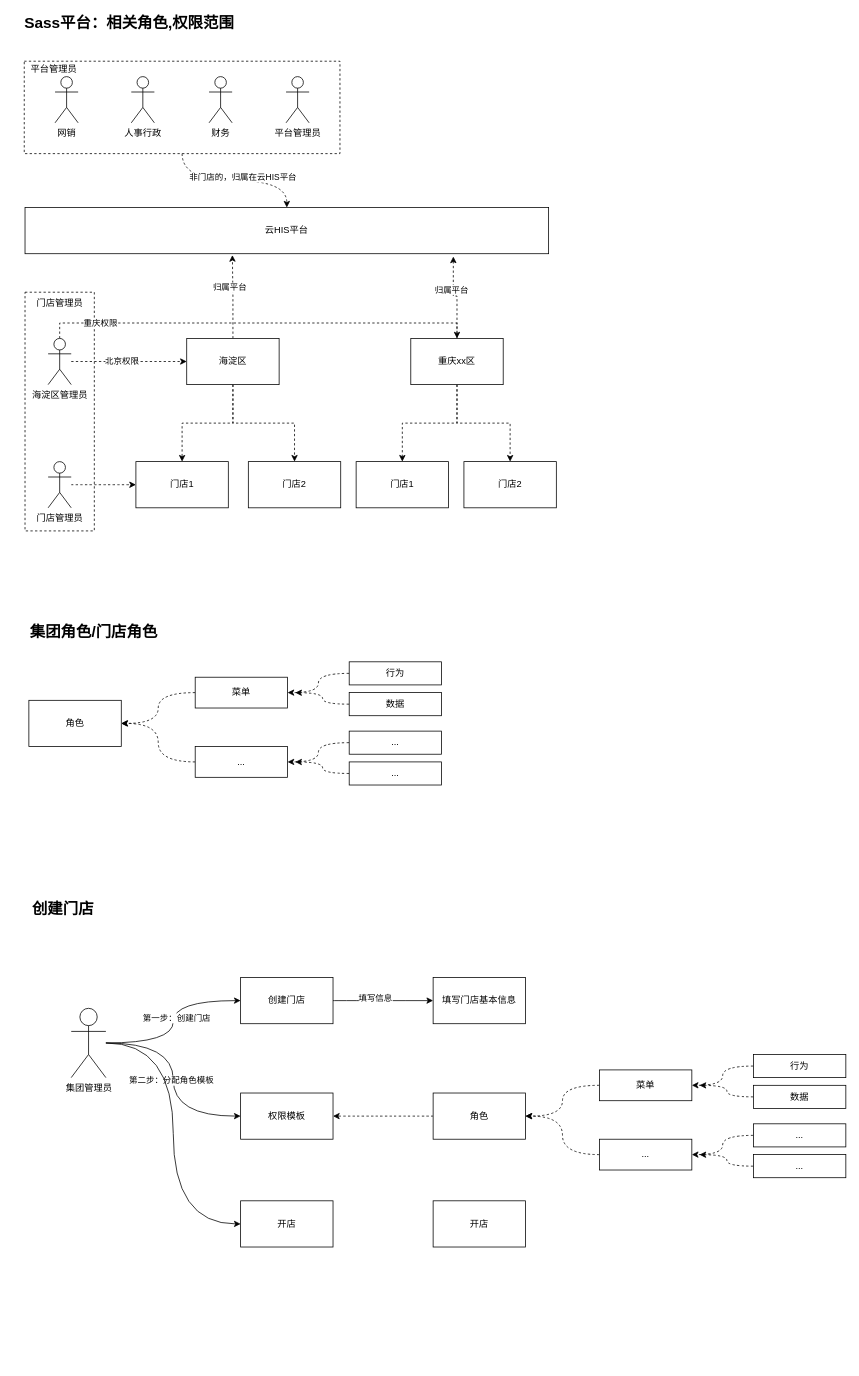
Above: 牙管家/牙管家-sass方案.drawio in cherishsince/diagrams.net (draw.io), before the change. Source tidied: cells renumbered, new cells numbered last; positions are measured from the earlier drawing's top-left corner, leaving out a move shared by most shapes. Both pictures are drawn from the tidied source at 77%, with x=0, y=0 at pixel (17, 15).
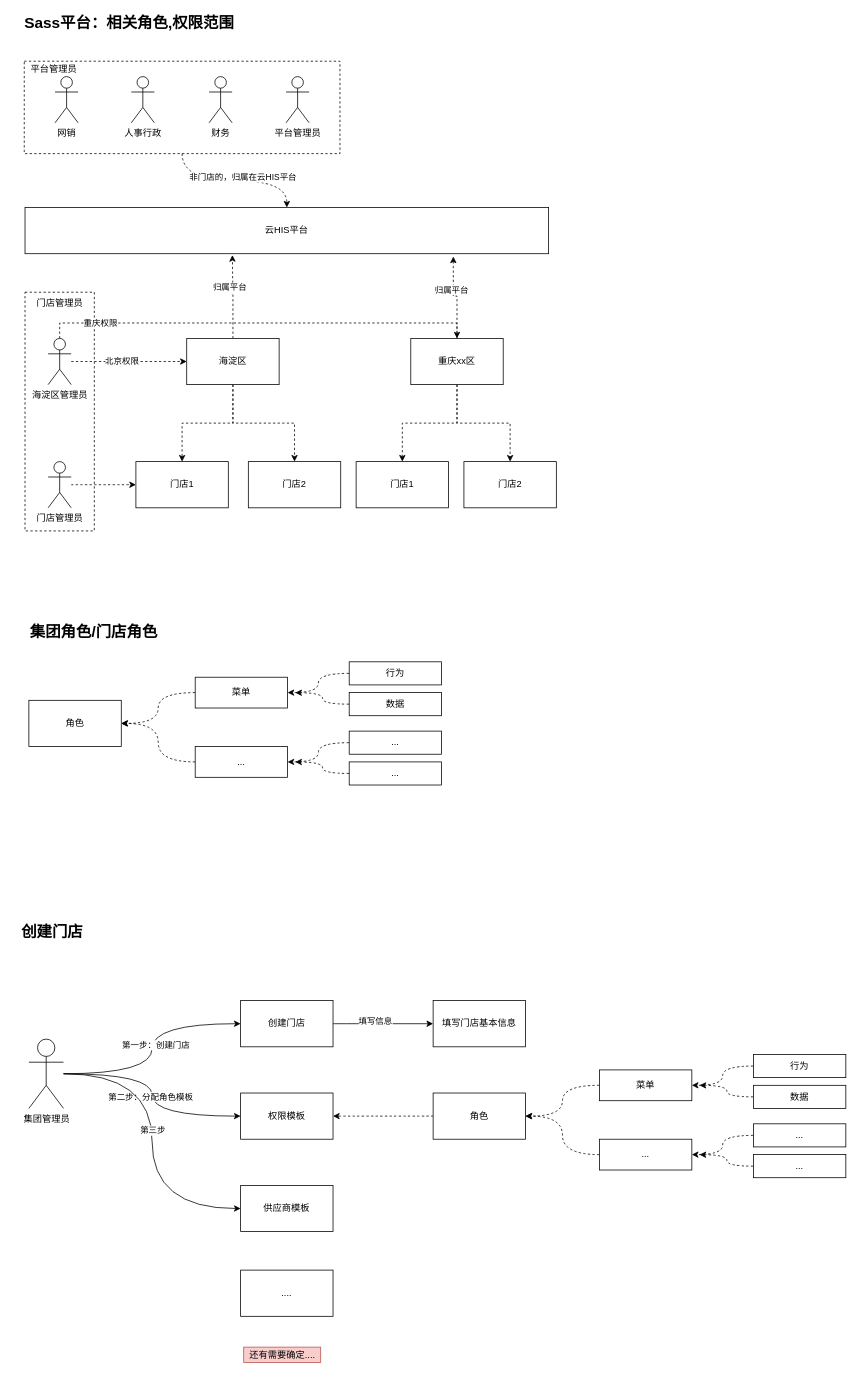
After the change.

Commit message:
更新牙管家-sass方案.drawio

The edit, as a diff of the source:
```diff
@@
     <mxCell id="53" value="&lt;span style=&quot;font-size: 20px&quot;&gt;&lt;b&gt;创建门店&lt;/b&gt;&lt;/span&gt;" style="text;html=1;align=center;verticalAlign=middle;strokeColor=none;" parent="1" vertex="1">
-      <mxGeometry x="9" y="1150" width="100" height="20" as="geometry" />
+      <mxGeometry x="-5" y="1180" width="100" height="20" as="geometry" />
     </mxCell>
@@
     <mxCell id="57" value="创建门店" style="rounded=0;whiteSpace=wrap;html=1;" parent="1" vertex="1">
-      <mxGeometry x="290" y="1250" width="120" height="60" as="geometry" />
+      <mxGeometry x="290" y="1280" width="120" height="60" as="geometry" />
     </mxCell>
     <mxCell id="58" value="填写门店基本信息" style="rounded=0;whiteSpace=wrap;html=1;" parent="1" vertex="1">
-      <mxGeometry x="540" y="1250" width="120" height="60" as="geometry" />
+      <mxGeometry x="540" y="1280" width="120" height="60" as="geometry" />
     </mxCell>
@@
-    <mxCell id="74" style="edgeStyle=orthogonalEdgeStyle;curved=1;rounded=0;jettySize=auto;html=1;entryX=0;entryY=0.5;entryDx=0;entryDy=0;" parent="1" edge="1" source="75" target="76">
+    <mxCell id="74" style="edgeStyle=orthogonalEdgeStyle;curved=1;rounded=0;jettySize=auto;html=1;entryX=0;entryY=0.5;entryDx=0;entryDy=0;" parent="1" edge="1" source="75" target="77">
       <mxGeometry relative="1" as="geometry" />
     </mxCell>
+    <mxCell id="78" value="第三步" style="edgeLabel;html=1;align=center;verticalAlign=middle;" parent="74" vertex="1">
+      <mxGeometry x="-0.07" relative="1" as="geometry" />
+    </mxCell>
     <mxCell id="75" value="集团管理员" style="shape=umlActor;verticalLabelPosition=bottom;verticalAlign=top;html=1;outlineConnect=0;" parent="1" vertex="1">
-      <mxGeometry x="70" y="1290" width="45" height="90" as="geometry" />
+      <mxGeometry x="15" y="1330" width="45" height="90" as="geometry" />
     </mxCell>
-    <mxCell id="76" value="开店" style="rounded=0;whiteSpace=wrap;html=1;" parent="1" vertex="1">
-      <mxGeometry x="290" y="1540" width="120" height="60" as="geometry" />
-    </mxCell>
-    <mxCell id="77" value="开店" style="rounded=0;whiteSpace=wrap;html=1;" parent="1" vertex="1">
-      <mxGeometry x="540" y="1540" width="120" height="60" as="geometry" />
+    <mxCell id="77" value="供应商模板" style="rounded=0;whiteSpace=wrap;html=1;" parent="1" vertex="1">
+      <mxGeometry x="290" y="1520" width="120" height="60" as="geometry" />
     </mxCell>
+    <mxCell id="79" value="...." style="rounded=0;whiteSpace=wrap;html=1;" parent="1" vertex="1">
+      <mxGeometry x="290" y="1630" width="120" height="60" as="geometry" />
+    </mxCell>
+    <mxCell id="80" value="还有需要确定...." style="text;html=1;align=center;verticalAlign=middle;strokeColor=#b85450;fillColor=#f8cecc;" parent="1" vertex="1">
+      <mxGeometry x="294" y="1730" width="100" height="20" as="geometry" />
+    </mxCell>
```
